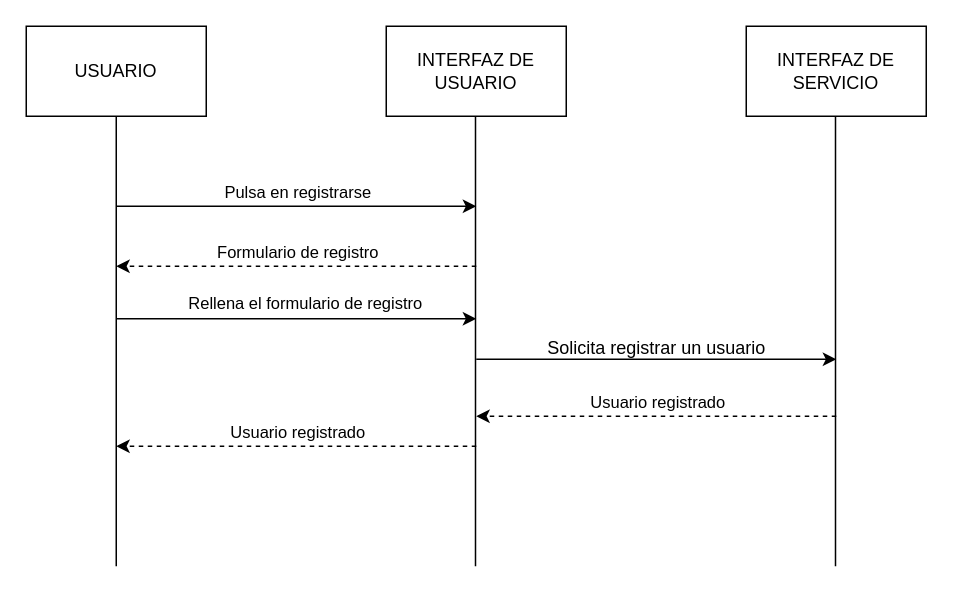
The draw.io diagram diagrams/secuencia/DS-07.drawio in ClaudiaOviedoGovantes/ComercialPostigo, before the edit. Source tidied: cells renumbered, new cells numbered last; positions are measured from the earlier drawing's top-left corner, leaving out a move shared by most shapes. Both pictures are drawn from the tidied source at 150%, with x=0, y=0 at pixel (26, 26).
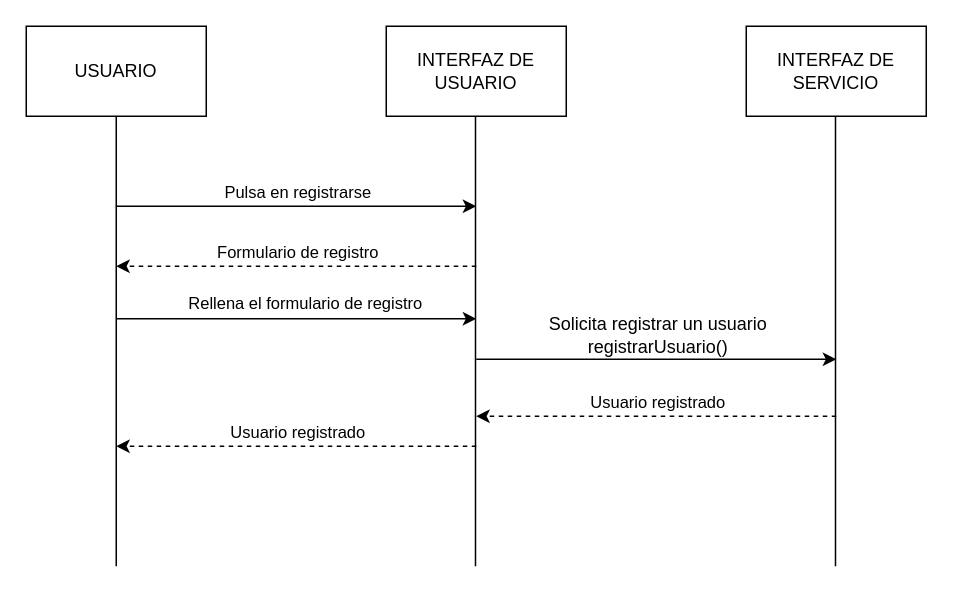
The same page after the edit.

The edit, as a diff of the source:
```diff
@@
-    <mxCell id="15" value="Solicita registrar un usuario" style="text;html=1;align=center;verticalAlign=middle;strokeColor=none;fillColor=none;" parent="1" vertex="1">
-      <mxGeometry x="335" y="200" width="170" height="30" as="geometry" />
+    <mxCell id="15" value="Solicita registrar un usuario&lt;div&gt;registrarUsuario()&lt;/div&gt;" style="text;html=1;align=center;verticalAlign=middle;strokeColor=none;fillColor=none;" parent="1" vertex="1">
+      <mxGeometry x="339" y="185" width="163" height="41" as="geometry" />
     </mxCell>
```
